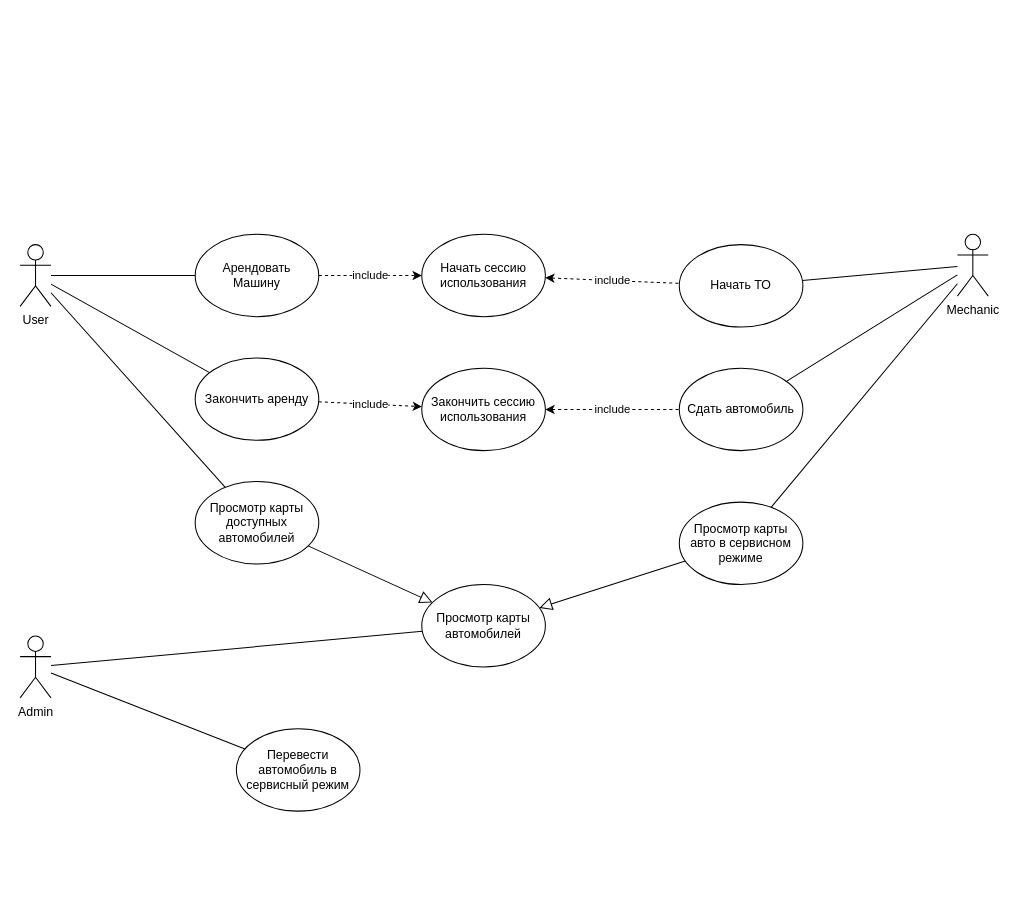
Above: use-cases.drawio in car-sharing-proto/mvp (draw.io), before the change. Source tidied: cells renumbered, new cells numbered last; positions are measured from the earlier drawing's top-left corner, leaving out a move shared by most shapes. Both pictures are drawn from the tidied source at 103%, with x=0, y=0 at pixel (20, 234).
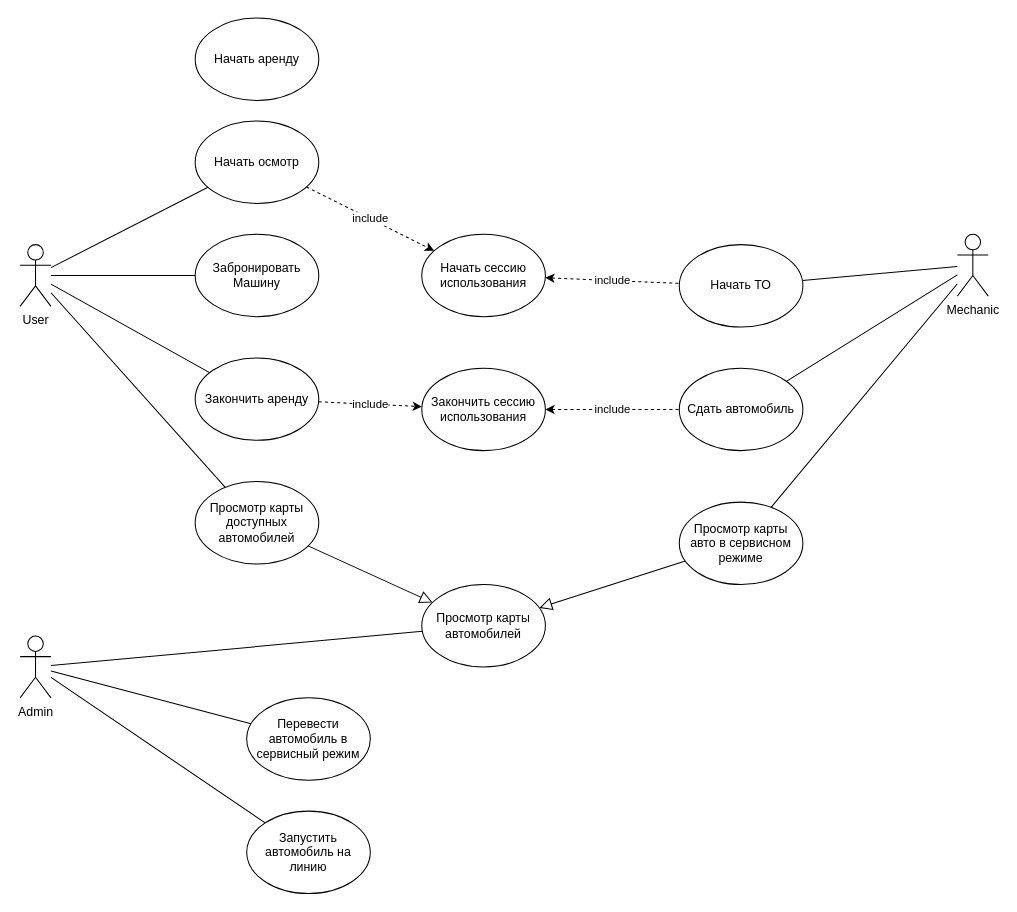
The same diagram, later.

The change refers to these unchanged cells:
```xml
<mxCell id="5" value="User" style="shape=umlActor;verticalLabelPosition=bottom;verticalAlign=top;html=1;outlineConnect=0;" parent="1" vertex="1">
  <mxGeometry y="10" width="30" height="60" as="geometry" />
</mxCell>
<mxCell id="8" value="Admin" style="shape=umlActor;verticalLabelPosition=bottom;verticalAlign=top;html=1;outlineConnect=0;" parent="1" vertex="1">
  <mxGeometry y="390" width="30" height="60" as="geometry" />
</mxCell>
<mxCell id="15" value="Начать сессию использования" style="ellipse;whiteSpace=wrap;html=1;" parent="1" vertex="1">
  <mxGeometry x="390" width="120" height="80" as="geometry" />
</mxCell>
```

Diff of the diagram source:
```diff
@@
+    <mxCell id="29" style="rounded=0;jettySize=auto;html=1;endArrow=none;endFill=0;" parent="1" edge="1" source="5" target="32">
+      <mxGeometry relative="1" as="geometry" />
+    </mxCell>
@@
+    <mxCell id="30" style="rounded=0;jettySize=auto;html=1;endArrow=none;endFill=0;" parent="1" edge="1" source="8" target="31">
+      <mxGeometry relative="1" as="geometry" />
+    </mxCell>
@@
-    <mxCell id="10" value="include" style="rounded=0;jettySize=auto;html=1;endArrow=classic;endFill=1;startArrow=none;startFill=0;dashed=1;" parent="1" edge="1" source="11" target="15">
+    <mxCell id="10" value="include" style="rounded=0;jettySize=auto;html=1;endArrow=classic;endFill=1;startArrow=none;startFill=0;dashed=1;" parent="1" edge="1" source="32" target="15">
       <mxGeometry relative="1" as="geometry" />
     </mxCell>
-    <mxCell id="11" value="Арендовать&lt;br&gt;Машину" style="ellipse;whiteSpace=wrap;html=1;" parent="1" vertex="1">
+    <mxCell id="11" value="Забронировать&lt;br&gt;Машину" style="ellipse;whiteSpace=wrap;html=1;" parent="1" vertex="1">
       <mxGeometry x="170" width="120" height="80" as="geometry" />
     </mxCell>
@@
     <mxCell id="28" value="Перевести автомобиль в сервисный режим" style="ellipse;whiteSpace=wrap;html=1;" parent="1" vertex="1">
-      <mxGeometry x="210" y="480" width="120" height="80" as="geometry" />
+      <mxGeometry x="220" y="450" width="120" height="80" as="geometry" />
     </mxCell>
+    <mxCell id="31" value="Запустить автомобиль на линию" style="ellipse;whiteSpace=wrap;html=1;" parent="1" vertex="1">
+      <mxGeometry x="220" y="560" width="120" height="80" as="geometry" />
+    </mxCell>
+    <mxCell id="32" value="Начать осмотр" style="ellipse;whiteSpace=wrap;html=1;" parent="1" vertex="1">
+      <mxGeometry x="170" y="-110" width="120" height="80" as="geometry" />
+    </mxCell>
+    <mxCell id="33" value="Начать аренду" style="ellipse;whiteSpace=wrap;html=1;" parent="1" vertex="1">
+      <mxGeometry x="170" y="-210" width="120" height="80" as="geometry" />
+    </mxCell>
```
